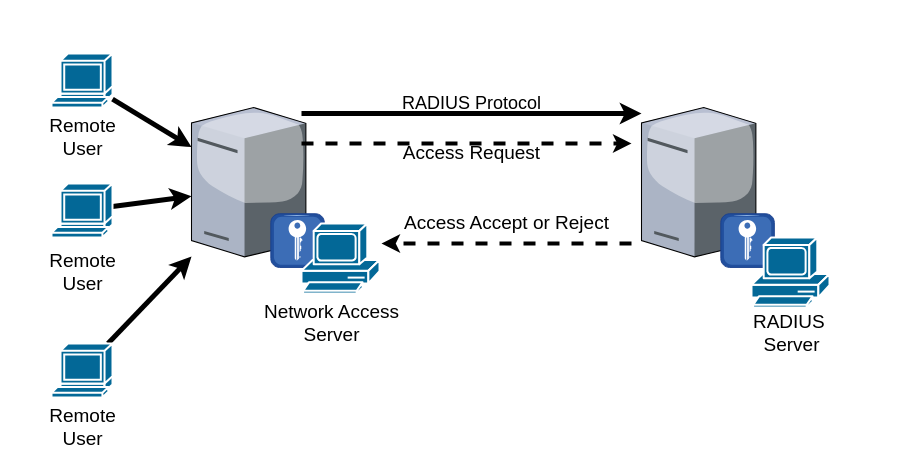
jmcano50/Ops-301d14-Code_Challenges keeps this draw.io diagram as 301Lab8.drawio. Above is the earlier version. Source tidied: cells renumbered, new cells numbered last; positions are measured from the earlier drawing's top-left corner, leaving out a move shared by most shapes. Both pictures are drawn from the tidied source at 100%, with x=0, y=0 at pixel (37, 53).
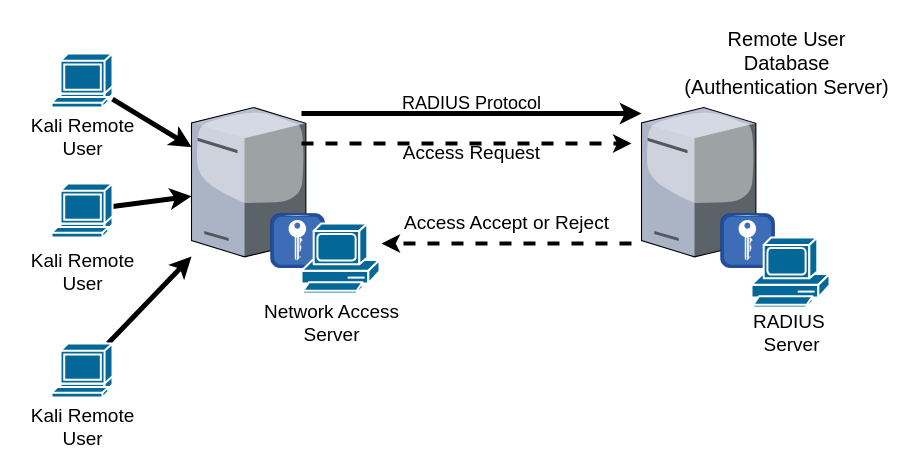
The same diagram, later.

Change to the diagram source:
```diff
@@
-    <mxCell id="20" value="Remote&lt;br&gt;User&lt;br&gt;" style="text;html=1;align=center;verticalAlign=middle;strokeColor=none;fillColor=none;fontSize=19;" parent="1" vertex="1">
-      <mxGeometry x="-0.5" y="54" width="90" height="60" as="geometry" />
+    <mxCell id="20" value="Kali Remote&lt;br&gt;User" style="text;html=1;align=center;verticalAlign=middle;strokeColor=none;fillColor=none;fontSize=19;" parent="1" vertex="1">
+      <mxGeometry x="-20.5" y="54" width="130" height="60" as="geometry" />
     </mxCell>
-    <mxCell id="21" value="Remote&lt;br&gt;User&lt;br&gt;" style="text;html=1;align=center;verticalAlign=middle;strokeColor=none;fillColor=none;fontSize=19;" parent="1" vertex="1">
-      <mxGeometry x="-0.5" y="189" width="90" height="60" as="geometry" />
+    <mxCell id="21" value="Kali Remote&lt;br&gt;User" style="text;html=1;align=center;verticalAlign=middle;strokeColor=none;fillColor=none;fontSize=19;" parent="1" vertex="1">
+      <mxGeometry x="-20.5" y="189" width="130" height="60" as="geometry" />
     </mxCell>
-    <mxCell id="22" value="Remote&lt;br&gt;User&lt;br&gt;" style="text;html=1;align=center;verticalAlign=middle;strokeColor=none;fillColor=none;fontSize=19;" parent="1" vertex="1">
-      <mxGeometry x="-0.5" y="344" width="90" height="60" as="geometry" />
+    <mxCell id="22" value="Kali Remote&lt;br&gt;User" style="text;html=1;align=center;verticalAlign=middle;strokeColor=none;fillColor=none;fontSize=19;" parent="1" vertex="1">
+      <mxGeometry x="-20.5" y="344" width="130" height="60" as="geometry" />
     </mxCell>
+    <mxCell id="23" value="&lt;font style=&quot;font-size: 20px;&quot;&gt;Remote User&lt;br&gt;Database&lt;br&gt;(Authentication Server)&lt;br&gt;&lt;/font&gt;" style="text;html=1;align=center;verticalAlign=middle;strokeColor=none;fillColor=none;" parent="1" vertex="1">
+      <mxGeometry x="634" y="-36" width="230" height="90" as="geometry" />
+    </mxCell>
```
